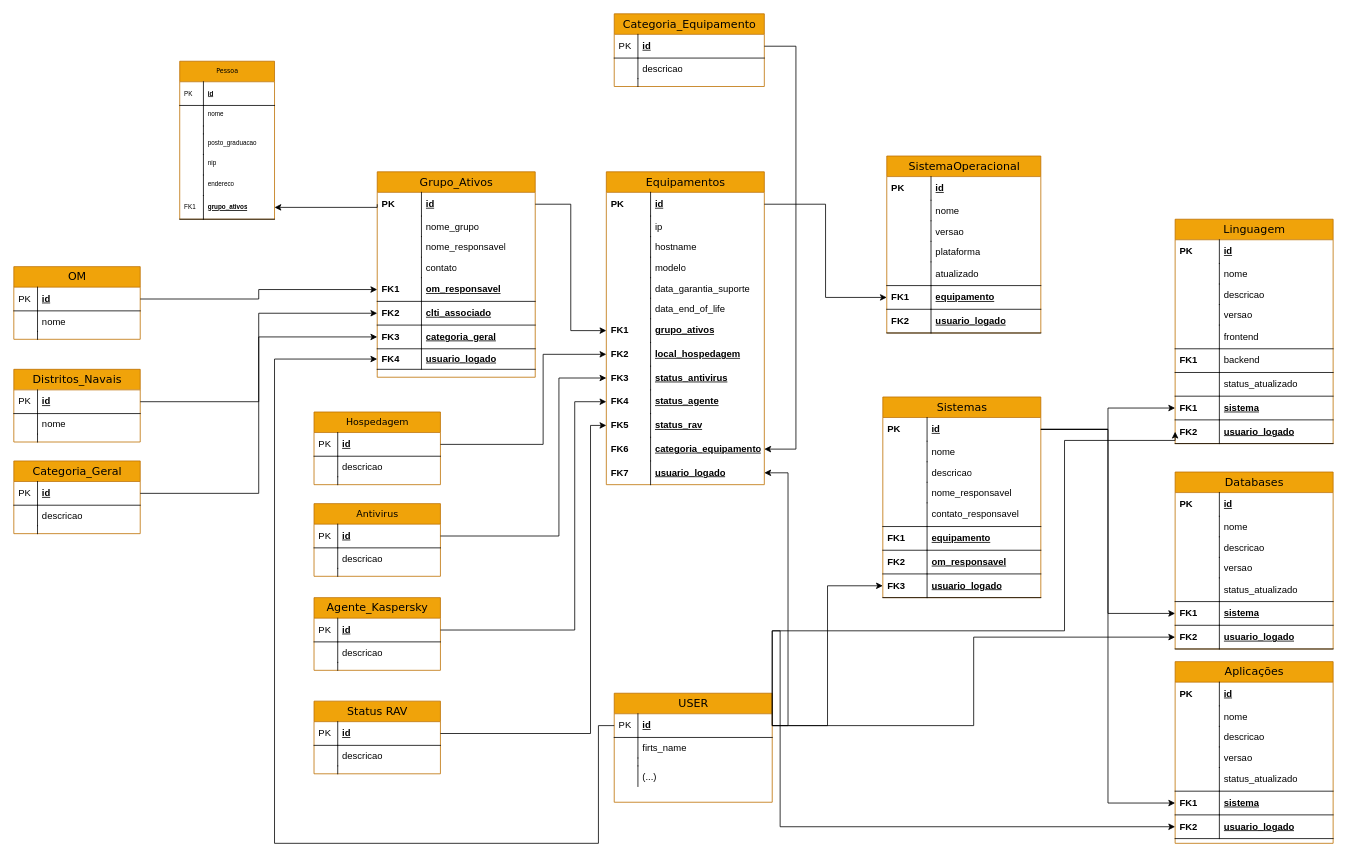
Before: Diagrama sem nome.drawio in pedrohts/home, a draw.io diagram. Source tidied: cells renumbered, new cells numbered last; positions are measured from the earlier drawing's top-left corner, leaving out a move shared by most shapes. Both pictures are drawn from the tidied source at 79%, with x=0, y=0 at pixel (13, 13).
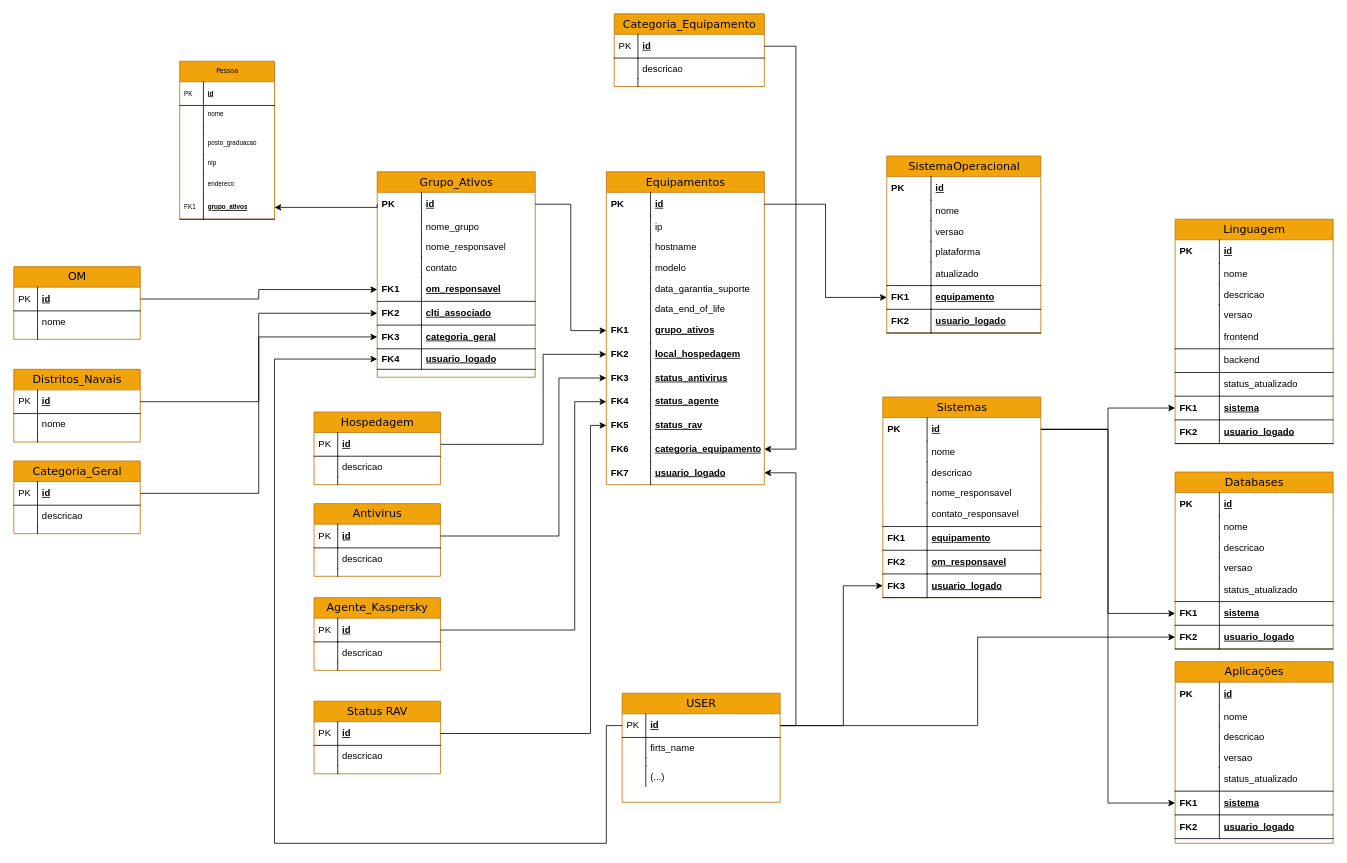
The same page after the edit.

The change refers to these unchanged cells:
```xml
<mxCell id="17" value="usuario_logado" style="shape=partialRectangle;top=0;left=0;right=0;bottom=1;html=1;align=left;verticalAlign=middle;fillColor=none;spacingLeft=60;spacingRight=4;whiteSpace=wrap;overflow=hidden;points=[[0,0.5],[1,0.5]];portConstraint=eastwest;fontStyle=5;" parent="2" vertex="1">
  <mxGeometry y="224" width="200" height="26" as="geometry" />
</mxCell>
<mxCell id="136" value="id" style="shape=partialRectangle;top=0;left=0;right=0;bottom=1;html=1;align=left;verticalAlign=middle;fillColor=none;spacingLeft=34;spacingRight=4;whiteSpace=wrap;overflow=hidden;points=[[0,0.5],[1,0.5]];portConstraint=eastwest;fontStyle=5;" parent="135" vertex="1">
  <mxGeometry y="26" width="200" height="30" as="geometry" />
</mxCell>
<mxCell id="170" value="backend" style="shape=partialRectangle;top=0;left=0;right=0;bottom=1;html=1;align=left;verticalAlign=middle;fillColor=none;spacingLeft=60;spacingRight=4;whiteSpace=wrap;overflow=hidden;fontStyle=0;" parent="159" vertex="1">
  <mxGeometry y="164" width="200" height="30" as="geometry" />
</mxCell>
<mxCell id="176" value="&lt;b&gt;&lt;u&gt;usuario_logado&lt;/u&gt;&lt;/b&gt;" style="shape=partialRectangle;top=0;left=0;right=0;bottom=1;html=1;align=left;verticalAlign=middle;fillColor=none;spacingLeft=60;spacingRight=4;whiteSpace=wrap;overflow=hidden;points=[[0,0.5],[1,0.5]];portConstraint=eastwest;fontStyle=0;" parent="159" vertex="1">
  <mxGeometry y="254" width="200" height="30" as="geometry" />
</mxCell>
<mxCell id="193" value="&lt;b&gt;&lt;u&gt;usuario_logado&lt;/u&gt;&lt;/b&gt;" style="shape=partialRectangle;top=0;left=0;right=0;bottom=1;html=1;align=left;verticalAlign=middle;fillColor=none;spacingLeft=60;spacingRight=4;whiteSpace=wrap;overflow=hidden;points=[[0,0.5],[1,0.5]];portConstraint=eastwest;fontStyle=0;" parent="178" vertex="1">
  <mxGeometry y="224" width="200" height="30" as="geometry" />
</mxCell>
<mxCell id="208" value="usuario_logado" style="shape=partialRectangle;top=0;left=0;right=0;bottom=1;html=1;align=left;verticalAlign=middle;fillColor=none;spacingLeft=60;spacingRight=4;whiteSpace=wrap;overflow=hidden;points=[[0,0.5],[1,0.5]];portConstraint=eastwest;fontStyle=5;" parent="195" vertex="1">
  <mxGeometry y="194" width="200" height="30" as="geometry" />
</mxCell>
```

Diff of the diagram source:
```diff
@@
-    <mxCell id="85" value="Hospedagem" style="swimlane;html=1;fontStyle=0;horizontal=1;startSize=26;fillColor=#f0a30a;swimlaneFillColor=#ffffff;align=center;rounded=0;shadow=0;comic=0;labelBackgroundColor=none;strokeWidth=1;fontFamily=Verdana;fontSize=12;fontColor=#000000;strokeColor=#BD7000;" parent="1" vertex="1">
+    <mxCell id="85" value="Hospedagem" style="swimlane;html=1;fontStyle=0;horizontal=1;startSize=26;fillColor=#f0a30a;swimlaneFillColor=#ffffff;align=center;rounded=0;shadow=0;comic=0;labelBackgroundColor=none;strokeWidth=1;fontFamily=Verdana;fontSize=14;fontColor=#000000;strokeColor=#BD7000;" parent="1" vertex="1">
       <mxGeometry x="380" y="504" width="160" height="92" as="geometry" />
     </mxCell>
@@
-    <mxCell id="92" value="Antivirus" style="swimlane;html=1;fontStyle=0;horizontal=1;startSize=26;fillColor=#f0a30a;swimlaneFillColor=#ffffff;align=center;rounded=0;shadow=0;comic=0;labelBackgroundColor=none;strokeWidth=1;fontFamily=Verdana;fontSize=12;fontColor=#000000;strokeColor=#BD7000;" parent="1" vertex="1">
+    <mxCell id="92" value="Antivirus" style="swimlane;html=1;fontStyle=0;horizontal=1;startSize=26;fillColor=#f0a30a;swimlaneFillColor=#ffffff;align=center;rounded=0;shadow=0;comic=0;labelBackgroundColor=none;strokeWidth=1;fontFamily=Verdana;fontSize=14;fontColor=#000000;strokeColor=#BD7000;" parent="1" vertex="1">
       <mxGeometry x="380" y="620" width="160" height="92" as="geometry" />
     </mxCell>
@@
     <mxCell id="135" value="USER" style="swimlane;html=1;fontStyle=0;horizontal=1;startSize=26;fillColor=#f0a30a;swimlaneFillColor=#ffffff;align=center;rounded=0;shadow=0;comic=0;labelBackgroundColor=none;strokeWidth=1;fontFamily=Verdana;fontSize=14;fontColor=#000000;strokeColor=#BD7000;" parent="1" vertex="1">
-      <mxGeometry x="760" y="860" width="200" height="138" as="geometry" />
+      <mxGeometry x="770" y="860" width="200" height="138" as="geometry" />
     </mxCell>
@@
-    <mxCell id="171" value="FK1" style="shape=partialRectangle;fontStyle=1;top=0;left=0;bottom=0;html=1;fillColor=none;align=left;verticalAlign=middle;spacingLeft=4;spacingRight=4;whiteSpace=wrap;overflow=hidden;" parent="170" vertex="1">
+    <mxCell id="171" style="shape=partialRectangle;fontStyle=1;top=0;left=0;bottom=0;html=1;fillColor=none;align=left;verticalAlign=middle;spacingLeft=4;spacingRight=4;whiteSpace=wrap;overflow=hidden;" parent="170" vertex="1">
       <mxGeometry width="56" height="30" as="geometry" />
     </mxCell>
@@
     <mxCell id="215" style="edgeStyle=orthogonalEdgeStyle;rounded=0;jettySize=auto;html=1;exitX=1;exitY=0.5;exitDx=0;exitDy=0;entryX=0;entryY=0.5;entryDx=0;entryDy=0;" parent="1" edge="1" source="136" target="193">
-      <mxGeometry relative="1" as="geometry" />
+      <mxGeometry relative="1" as="geometry">
+        <Array as="points">
+          <mxPoint x="1050" y="901" />
+          <mxPoint x="1050" y="724" />
+        </Array>
+      </mxGeometry>
     </mxCell>
-    <mxCell id="216" style="edgeStyle=orthogonalEdgeStyle;rounded=0;jettySize=auto;html=1;exitX=1;exitY=0.5;exitDx=0;exitDy=0;entryX=0;entryY=0.5;entryDx=0;entryDy=0;" parent="1" edge="1" source="136" target="176">
-      <mxGeometry relative="1" as="geometry">
-        <Array as="points">
-          <mxPoint x="1330" y="781" />
-          <mxPoint x="1330" y="540" />
-          <mxPoint x="1470" y="540" />
-        </Array>
-      </mxGeometry>
-    </mxCell>
-    <mxCell id="217" style="edgeStyle=orthogonalEdgeStyle;rounded=0;jettySize=auto;html=1;exitX=1;exitY=0.5;exitDx=0;exitDy=0;entryX=0;entryY=0.5;entryDx=0;entryDy=0;" parent="1" edge="1" source="136" target="208">
-      <mxGeometry relative="1" as="geometry">
-        <Array as="points">
-          <mxPoint x="970" y="781" />
-          <mxPoint x="970" y="1029" />
-        </Array>
-      </mxGeometry>
-    </mxCell>
@@
     <mxCell id="226" style="edgeStyle=orthogonalEdgeStyle;rounded=0;jettySize=auto;html=1;exitX=0;exitY=0.5;exitDx=0;exitDy=0;entryX=0;entryY=0.5;entryDx=0;entryDy=0;" parent="1" edge="1" source="136" target="17">
       <mxGeometry relative="1" as="geometry">
         <Array as="points">
-          <mxPoint x="740" y="901" />
-          <mxPoint x="740" y="1050" />
+          <mxPoint x="750" y="901" />
+          <mxPoint x="750" y="1050" />
           <mxPoint x="330" y="1050" />
           <mxPoint x="330" y="437" />
         </Array>
       </mxGeometry>
     </mxCell>
```
